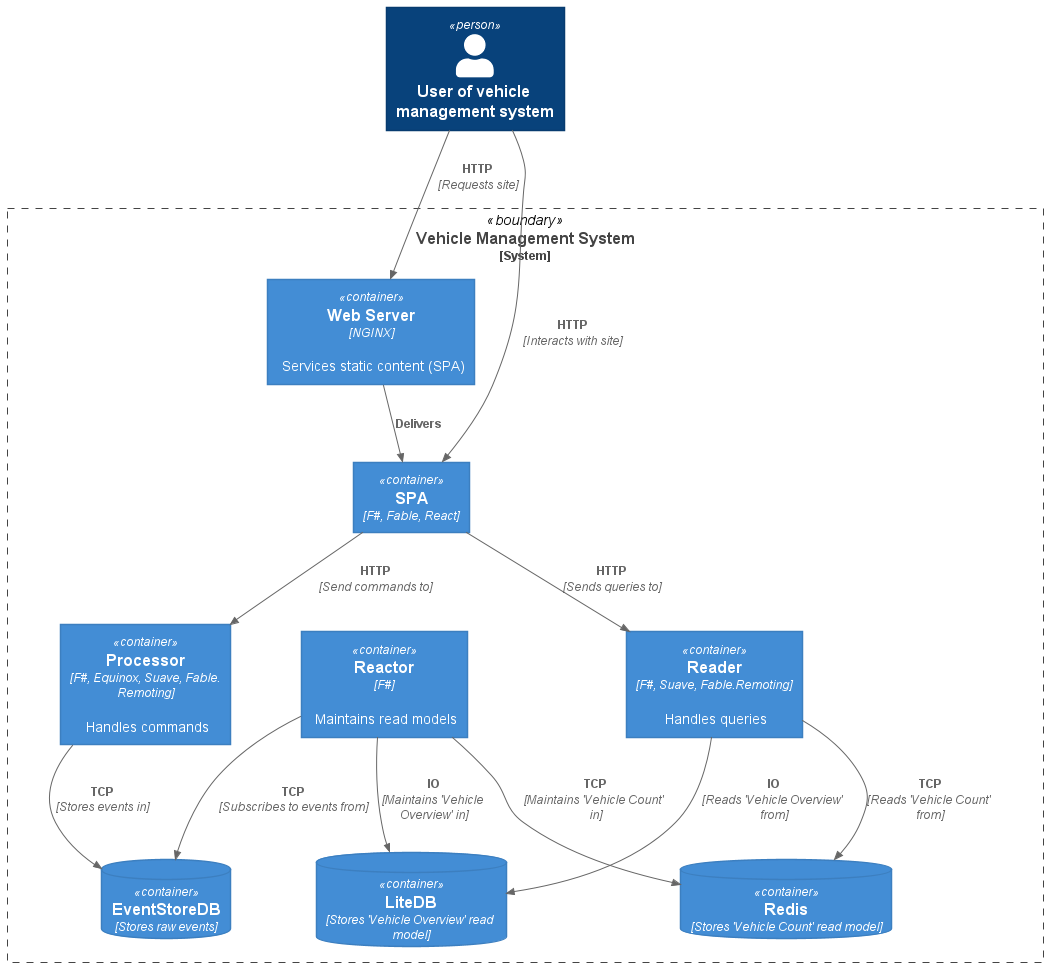
Above: etc/diagrams/images/context/context.png in ameier38/equinox-reactor (PlantUML), before the change. Its diagram source:
```plantuml
@startuml context
!includeurl https://raw.githubusercontent.com/plantuml-stdlib/C4-PlantUML/master/C4_Container.puml
Person(user, "User of vehicle management system")

System_Boundary(system, "Vehicle Management System") {
    Container(web_server, "Web Server", "NGINX", "Services static content (SPA)")
    Container(spa, "SPA", "F#, Fable, React")
    Container(processor, "Processor", "F#, Equinox, Suave, Fable.Remoting", "Handles commands")
    Container(reactor, "Reactor", "F#", "Maintains read models")
    Container(reader, "Reader", "F#, Suave, Fable.Remoting", "Handles queries")
    ContainerDb(eventstore, "EventStoreDB", "Stores raw events")
    ContainerDb(redis, "Redis", "Stores 'Vehicle Count' read model")
    ContainerDb(litedb, "LiteDB", "Stores 'Vehicle Overview' read model")
}

Rel(user, web_server, "HTTP", "Requests site")
Rel(user, spa, "HTTP", "Interacts with site")
Rel(web_server, spa,"Delivers")
Rel(spa, processor, "HTTP", "Send commands to")
Rel(spa, reader, "HTTP", "Sends queries to")
Rel(processor, eventstore, "TCP", "Stores events in")
Rel(reactor, eventstore, "TCP", "Subscribes to events from")
Rel(reactor, redis, "TCP", "Maintains 'Vehicle Count' in")
Rel(reactor, litedb, "IO", "Maintains 'Vehicle Overview' in")
Rel(reader, redis, "TCP", "Reads 'Vehicle Count' from")
Rel(reader, litedb, "IO", "Reads 'Vehicle Overview' from")

@enduml
```
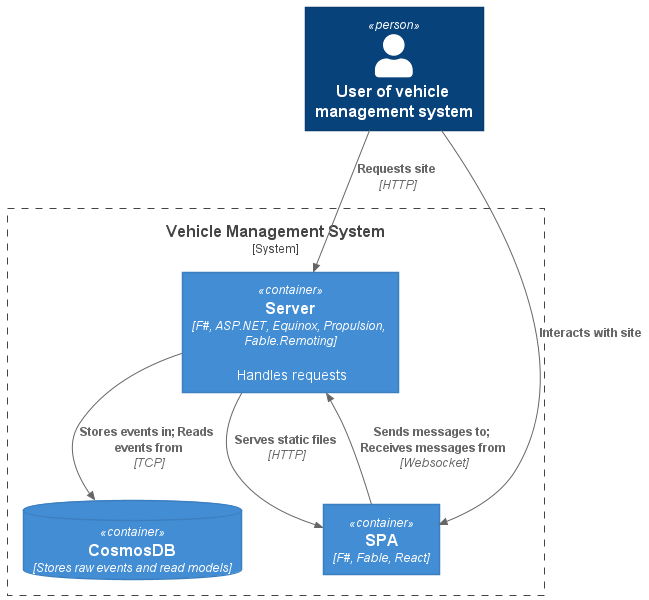
After the change.

Diff of the diagram source:
```diff
@@ -3,26 +3,15 @@
 Person(user, "User of vehicle management system")
 
 System_Boundary(system, "Vehicle Management System") {
-    Container(web_server, "Web Server", "NGINX", "Services static content (SPA)")
+    Container(server, "Server", "F#, ASP.NET, Equinox, Propulsion, Fable.Remoting", "Handles requests")
     Container(spa, "SPA", "F#, Fable, React")
-    Container(processor, "Processor", "F#, Equinox, Suave, Fable.Remoting", "Handles commands")
-    Container(reactor, "Reactor", "F#", "Maintains read models")
-    Container(reader, "Reader", "F#, Suave, Fable.Remoting", "Handles queries")
-    ContainerDb(eventstore, "EventStoreDB", "Stores raw events")
-    ContainerDb(redis, "Redis", "Stores 'Vehicle Count' read model")
-    ContainerDb(litedb, "LiteDB", "Stores 'Vehicle Overview' read model")
+    ContainerDb(cosmos, "CosmosDB", "Stores raw events and read models")
 }
 
-Rel(user, web_server, "HTTP", "Requests site")
-Rel(user, spa, "HTTP", "Interacts with site")
-Rel(web_server, spa,"Delivers")
-Rel(spa, processor, "HTTP", "Send commands to")
-Rel(spa, reader, "HTTP", "Sends queries to")
-Rel(processor, eventstore, "TCP", "Stores events in")
-Rel(reactor, eventstore, "TCP", "Subscribes to events from")
-Rel(reactor, redis, "TCP", "Maintains 'Vehicle Count' in")
-Rel(reactor, litedb, "IO", "Maintains 'Vehicle Overview' in")
-Rel(reader, redis, "TCP", "Reads 'Vehicle Count' from")
-Rel(reader, litedb, "IO", "Reads 'Vehicle Overview' from")
+Rel(user, server, "Requests site", "HTTP")
+Rel(user, spa, "Interacts with site")
+Rel(server, spa, "Serves static files", "HTTP")
+Rel(spa, server, "Sends messages to; Receives messages from", "Websocket")
+Rel(server, cosmos, "Stores events in; Reads events from", "TCP")
 
 @enduml
```
